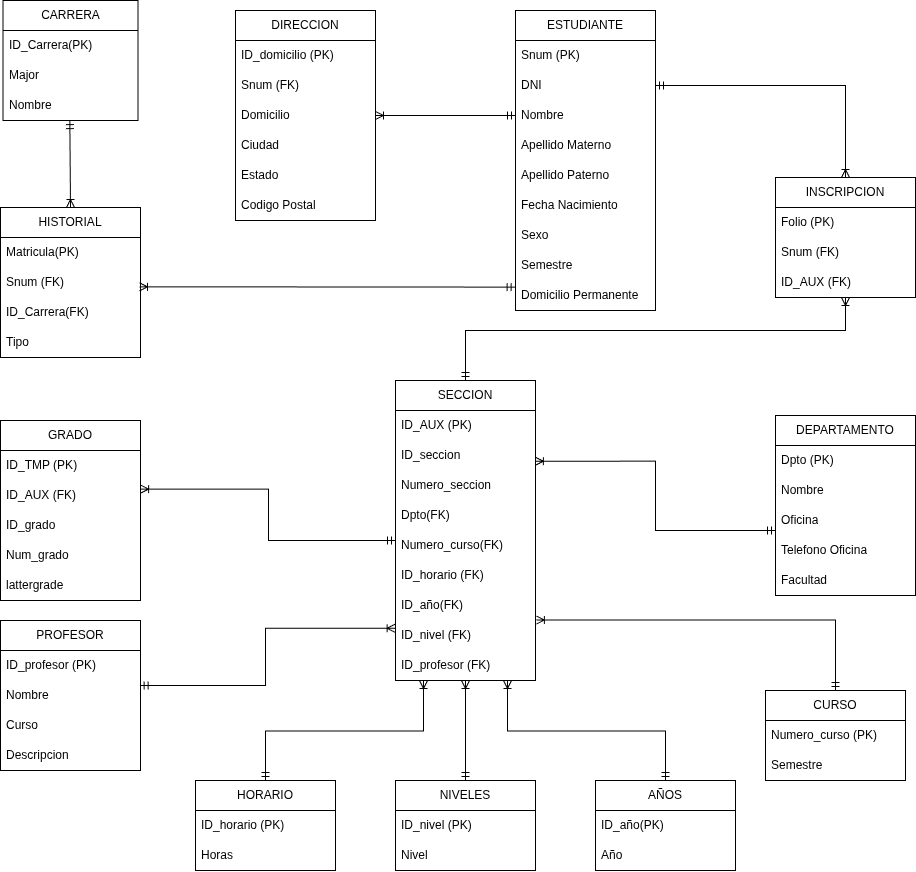
Before: Documentacion/Diagrama Drawio/Diagrama-Relaciona.png, a diagram exported from draw.io (enrique-yoab/Examen_Sistemas_Distribuidos). Source tidied: cells renumbered, new cells last; positions are measured from the earlier drawing's top-left corner, leaving out a move shared by most shapes.
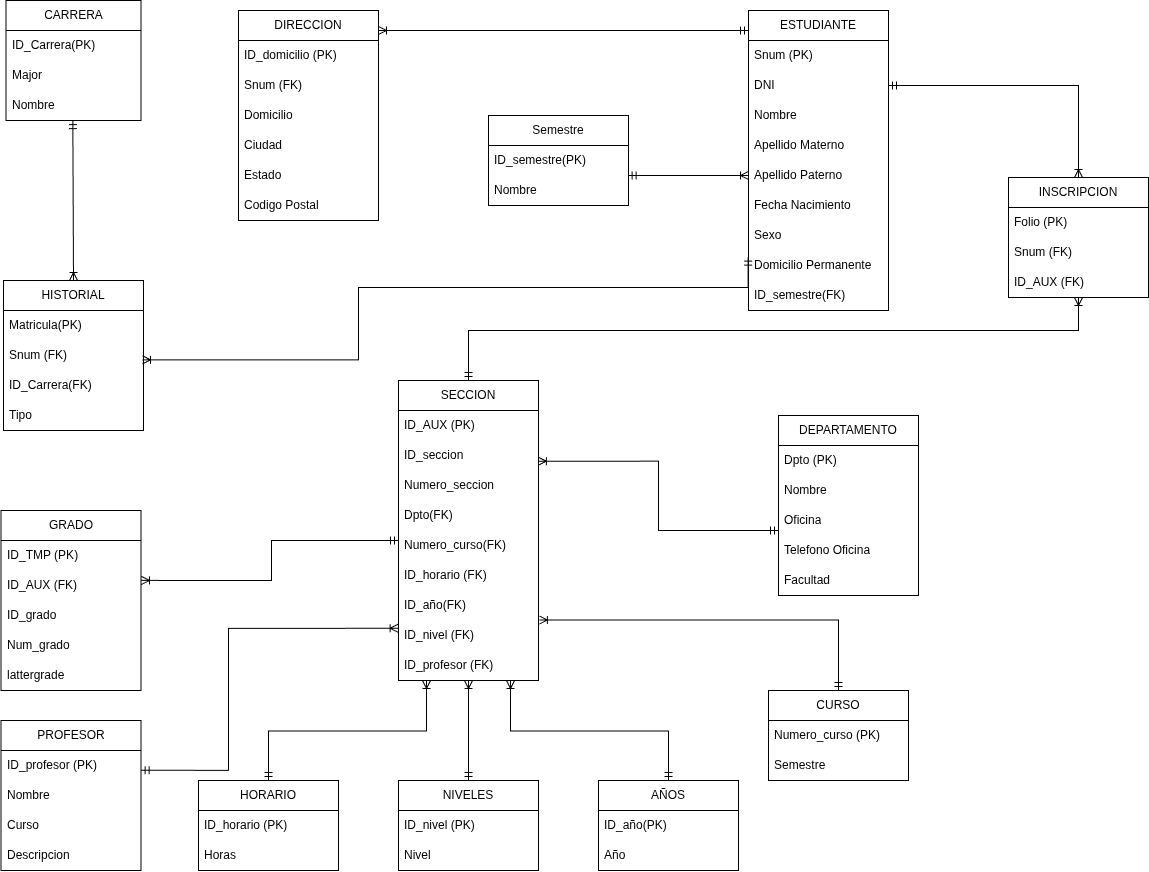
The same file after the commit.

Commit message:
Se modifico el diagrama Relacional

What changed in the source:
```diff
@@ -3,7 +3,7 @@
     <mxCell id="0" />
     <mxCell id="1" parent="0" />
     <mxCell id="2" value="ESTUDIANTE" style="swimlane;fontStyle=0;horizontal=1;startSize=30;whiteSpace=wrap;html=1;" parent="1" vertex="1">
-      <mxGeometry x="515" y="10" width="140" height="300" as="geometry" />
+      <mxGeometry x="745" y="10" width="140" height="300" as="geometry" />
     </mxCell>
     <mxCell id="3" value="Snum (PK)" style="text;strokeColor=none;fillColor=none;align=left;verticalAlign=middle;spacingLeft=4;spacingRight=4;overflow=hidden;whiteSpace=wrap;html=1;" parent="2" vertex="1">
       <mxGeometry y="30" width="140" height="30" as="geometry" />
@@ -26,12 +26,12 @@
     <mxCell id="9" value="Sexo" style="text;strokeColor=none;fillColor=none;align=left;verticalAlign=middle;spacingLeft=4;spacingRight=4;overflow=hidden;whiteSpace=wrap;html=1;" parent="2" vertex="1">
       <mxGeometry y="210" width="140" height="30" as="geometry" />
     </mxCell>
+    <mxCell id="11" value="Domicilio Permanente" style="text;strokeColor=none;fillColor=none;align=left;verticalAlign=middle;spacingLeft=4;spacingRight=4;overflow=hidden;points=[[0,0.5],[1,0.5]];portConstraint=eastwest;whiteSpace=wrap;html=1;" parent="2" vertex="1">
+      <mxGeometry y="240" width="140" height="30" as="geometry" />
+    </mxCell>
-    <mxCell id="10" value="Semestre" style="text;strokeColor=none;fillColor=none;align=left;verticalAlign=middle;spacingLeft=4;spacingRight=4;overflow=hidden;whiteSpace=wrap;html=1;" parent="2" vertex="1">
-      <mxGeometry y="240" width="140" height="30" as="geometry" />
+    <mxCell id="10" value="ID_semestre(FK)" style="text;strokeColor=none;fillColor=none;align=left;verticalAlign=middle;spacingLeft=4;spacingRight=4;overflow=hidden;whiteSpace=wrap;html=1;" parent="2" vertex="1">
+      <mxGeometry y="270" width="140" height="30" as="geometry" />
     </mxCell>
-    <mxCell id="11" value="Domicilio Permanente" style="text;strokeColor=none;fillColor=none;align=left;verticalAlign=middle;spacingLeft=4;spacingRight=4;overflow=hidden;points=[[0,0.5],[1,0.5]];portConstraint=eastwest;whiteSpace=wrap;html=1;" parent="2" vertex="1">
-      <mxGeometry y="270" width="140" height="30" as="geometry" />
-    </mxCell>
     <mxCell id="12" value="DIRECCION" style="swimlane;fontStyle=0;horizontal=1;startSize=30;whiteSpace=wrap;html=1;" parent="1" vertex="1">
       <mxGeometry x="235" y="10" width="140" height="210" as="geometry" />
     </mxCell>
@@ -54,7 +54,7 @@
       <mxGeometry y="180" width="140" height="30" as="geometry" />
     </mxCell>
     <mxCell id="19" value="HISTORIAL" style="swimlane;fontStyle=0;horizontal=1;startSize=30;whiteSpace=wrap;html=1;" parent="1" vertex="1">
-      <mxGeometry y="207" width="140" height="150" as="geometry" />
+      <mxGeometry y="280" width="140" height="150" as="geometry" />
     </mxCell>
     <mxCell id="20" value="Matricula(PK)" style="text;strokeColor=none;fillColor=none;align=left;verticalAlign=middle;spacingLeft=4;spacingRight=4;overflow=hidden;whiteSpace=wrap;html=1;" parent="19" vertex="1">
       <mxGeometry y="30" width="140" height="30" as="geometry" />
@@ -68,8 +68,13 @@
     <mxCell id="23" value="Tipo" style="text;strokeColor=none;fillColor=none;align=left;verticalAlign=middle;spacingLeft=4;spacingRight=4;overflow=hidden;whiteSpace=wrap;html=1;" parent="19" vertex="1">
       <mxGeometry y="120" width="140" height="30" as="geometry" />
     </mxCell>
-    <mxCell id="24" style="endArrow=ERoneToMany;html=1;rounded=0;entryX=0.993;entryY=0.644;entryDx=0;entryDy=0;entryPerimeter=0;endFill=0;startArrow=ERmandOne;startFill=0;exitX=-0.003;exitY=0.22;exitDx=0;exitDy=0;exitPerimeter=0;" parent="1" edge="1" source="11" target="21">
-      <mxGeometry relative="1" as="geometry" />
+    <mxCell id="24" style="endArrow=ERoneToMany;html=1;rounded=0;entryX=0.993;entryY=0.644;entryDx=0;entryDy=0;entryPerimeter=0;endFill=0;startArrow=ERmandOne;startFill=0;exitX=-0.003;exitY=0.22;exitDx=0;exitDy=0;exitPerimeter=0;edgeStyle=orthogonalEdgeStyle;" parent="1" edge="1" source="11" target="21">
+      <mxGeometry relative="1" as="geometry">
+        <Array as="points">
+          <mxPoint x="355" y="287" />
+          <mxPoint x="355" y="359" />
+        </Array>
+      </mxGeometry>
     </mxCell>
     <mxCell id="25" value="CARRERA" style="swimlane;fontStyle=0;horizontal=1;startSize=30;whiteSpace=wrap;html=1;" parent="1" vertex="1">
       <mxGeometry x="2.5" width="135" height="120" as="geometry" />
@@ -86,11 +91,14 @@
     <mxCell id="29" style="rounded=0;jettySize=auto;html=1;exitX=0.5;exitY=0;exitDx=0;exitDy=0;endArrow=ERmandOne;endFill=0;startArrow=ERoneToMany;startFill=0;entryX=0.495;entryY=1.003;entryDx=0;entryDy=0;entryPerimeter=0;" parent="1" edge="1" source="19" target="28">
       <mxGeometry relative="1" as="geometry" />
     </mxCell>
-    <mxCell id="30" style="endArrow=ERoneToMany;html=1;rounded=0;entryX=1;entryY=0.5;entryDx=0;entryDy=0;endFill=0;startArrow=ERmandOne;startFill=0;exitX=0;exitY=0.5;exitDx=0;exitDy=0;" parent="1" edge="1" source="5" target="15">
-      <mxGeometry relative="1" as="geometry" />
+    <mxCell id="30" style="endArrow=ERoneToMany;html=1;rounded=0;entryX=1;entryY=0.5;entryDx=0;entryDy=0;endFill=0;startArrow=ERmandOne;startFill=0;exitX=0;exitY=0.5;exitDx=0;exitDy=0;" parent="1" edge="1">
+      <mxGeometry relative="1" as="geometry">
+        <mxPoint x="745" y="30" as="sourcePoint" />
+        <mxPoint x="375" y="30" as="targetPoint" />
+      </mxGeometry>
     </mxCell>
     <mxCell id="31" value="INSCRIPCION" style="swimlane;fontStyle=0;horizontal=1;startSize=30;whiteSpace=wrap;html=1;" parent="1" vertex="1">
-      <mxGeometry x="775" y="177" width="140" height="120" as="geometry" />
+      <mxGeometry x="1005" y="177" width="140" height="120" as="geometry" />
     </mxCell>
     <mxCell id="32" value="Folio (PK)" style="text;strokeColor=none;fillColor=none;align=left;verticalAlign=middle;spacingLeft=4;spacingRight=4;overflow=hidden;whiteSpace=wrap;html=1;" parent="31" vertex="1">
       <mxGeometry y="30" width="140" height="30" as="geometry" />
@@ -138,12 +146,12 @@
       <mxGeometry relative="1" as="geometry">
         <Array as="points">
           <mxPoint x="465" y="330" />
-          <mxPoint x="845" y="330" />
+          <mxPoint x="1075" y="330" />
         </Array>
       </mxGeometry>
     </mxCell>
     <mxCell id="47" value="GRADO" style="swimlane;fontStyle=0;horizontal=1;startSize=30;whiteSpace=wrap;html=1;" parent="1" vertex="1">
-      <mxGeometry y="420" width="140" height="180" as="geometry" />
+      <mxGeometry x="-2.5" y="510" width="140" height="180" as="geometry" />
     </mxCell>
     <mxCell id="48" value="ID_TMP (PK)" style="text;strokeColor=none;fillColor=none;align=left;verticalAlign=middle;spacingLeft=4;spacingRight=4;overflow=hidden;whiteSpace=wrap;html=1;" parent="47" vertex="1">
       <mxGeometry y="30" width="140" height="30" as="geometry" />
@@ -161,7 +169,7 @@
       <mxGeometry y="150" width="140" height="30" as="geometry" />
     </mxCell>
     <mxCell id="53" value="PROFESOR" style="swimlane;fontStyle=0;horizontal=1;startSize=30;whiteSpace=wrap;html=1;" parent="1" vertex="1">
-      <mxGeometry y="620" width="140" height="150" as="geometry" />
+      <mxGeometry x="-2.5" y="720" width="140" height="150" as="geometry" />
     </mxCell>
     <mxCell id="54" value="ID_profesor (PK)" style="text;strokeColor=none;fillColor=none;align=left;verticalAlign=middle;spacingLeft=4;spacingRight=4;overflow=hidden;points=[[0,0.5],[1,0.5]];portConstraint=eastwest;whiteSpace=wrap;html=1;" parent="53" vertex="1">
       <mxGeometry y="30" width="140" height="30" as="geometry" />
@@ -175,23 +183,22 @@
     <mxCell id="57" value="Descripcion" style="text;strokeColor=none;fillColor=none;align=left;verticalAlign=middle;spacingLeft=4;spacingRight=4;overflow=hidden;whiteSpace=wrap;html=1;" parent="53" vertex="1">
       <mxGeometry y="120" width="140" height="30" as="geometry" />
     </mxCell>
-    <mxCell id="58" style="endArrow=ERmandOne;html=1;rounded=0;exitX=1.001;exitY=0.287;exitDx=0;exitDy=0;exitPerimeter=0;startArrow=ERoneToMany;startFill=0;endFill=0;edgeStyle=orthogonalEdgeStyle;" parent="1" edge="1" source="49">
+    <mxCell id="58" style="endArrow=ERmandOne;html=1;rounded=0;startArrow=ERoneToMany;startFill=0;endFill=0;edgeStyle=orthogonalEdgeStyle;exitX=1.004;exitY=0.331;exitDx=0;exitDy=0;exitPerimeter=0;" parent="1" edge="1" source="49">
       <mxGeometry relative="1" as="geometry">
         <mxPoint x="395" y="540" as="targetPoint" />
         <Array as="points">
-          <mxPoint x="268" y="489" />
+          <mxPoint x="185" y="580" />
+          <mxPoint x="268" y="580" />
           <mxPoint x="268" y="540" />
-          <mxPoint x="395" y="540" />
         </Array>
       </mxGeometry>
     </mxCell>
-    <mxCell id="59" style="endArrow=ERoneToMany;html=1;rounded=0;entryX=-0.003;entryY=0.26;entryDx=0;entryDy=0;entryPerimeter=0;exitX=0.997;exitY=0.833;exitDx=0;exitDy=0;exitPerimeter=0;edgeStyle=orthogonalEdgeStyle;startArrow=ERmandOne;startFill=0;endFill=0;" parent="1" edge="1">
+    <mxCell id="59" style="endArrow=ERoneToMany;html=1;rounded=0;entryX=-0.003;entryY=0.26;entryDx=0;entryDy=0;entryPerimeter=0;edgeStyle=orthogonalEdgeStyle;startArrow=ERmandOne;startFill=0;endFill=0;exitX=1.001;exitY=0.659;exitDx=0;exitDy=0;exitPerimeter=0;" parent="1" edge="1" source="54">
       <mxGeometry relative="1" as="geometry">
-        <mxPoint x="139.6" y="685" as="sourcePoint" />
         <mxPoint x="394.6" y="627.8" as="targetPoint" />
         <Array as="points">
-          <mxPoint x="265" y="685" />
-          <mxPoint x="265" y="628" />
+          <mxPoint x="225" y="770" />
+          <mxPoint x="225" y="628" />
         </Array>
       </mxGeometry>
     </mxCell>
@@ -281,5 +288,17 @@
         <mxPoint x="507" y="680" as="targetPoint" />
       </mxGeometry>
     </mxCell>
+    <mxCell id="83" value="Semestre" style="swimlane;fontStyle=0;horizontal=1;startSize=30;whiteSpace=wrap;html=1;" parent="1" vertex="1">
+      <mxGeometry x="485" y="115" width="140" height="90" as="geometry" />
+    </mxCell>
+    <mxCell id="84" value="ID_semestre(PK)" style="text;strokeColor=none;fillColor=none;align=left;verticalAlign=middle;spacingLeft=4;spacingRight=4;overflow=hidden;whiteSpace=wrap;html=1;" parent="83" vertex="1">
+      <mxGeometry y="30" width="140" height="30" as="geometry" />
+    </mxCell>
+    <mxCell id="85" value="Nombre" style="text;strokeColor=none;fillColor=none;align=left;verticalAlign=middle;spacingLeft=4;spacingRight=4;overflow=hidden;points=[[0,0.5],[1,0.5]];portConstraint=eastwest;whiteSpace=wrap;html=1;" parent="83" vertex="1">
+      <mxGeometry y="60" width="140" height="30" as="geometry" />
+    </mxCell>
+    <mxCell id="86" style="endArrow=ERoneToMany;html=1;rounded=0;entryX=0;entryY=0.5;entryDx=0;entryDy=0;exitX=0.997;exitY=0.001;exitDx=0;exitDy=0;exitPerimeter=0;endFill=0;startArrow=ERmandOne;startFill=0;" parent="1" edge="1" source="85" target="7">
+      <mxGeometry relative="1" as="geometry" />
+    </mxCell>
   </root>
 </mxGraphModel>
```
